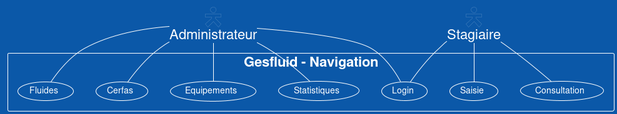
Earlier version of the PlantUML export _conception/navigation.png (teegre/gesfluid). Its diagram source:
```plantuml
@startuml
!theme amiga
skinparam actorStyle Hollow

actor Administrateur as A
actor Stagiaire as S

rectangle "Gesfluid - Navigation" {
  (Login) as L
  (Equipements) as E
  (Cerfas) as C
  (Fluides) as F
  (Statistiques) as ST
  (Saisie) as SA
  (Consultation) as CO
}

L -- A
A -- E
A -- C
A -- F
A -- ST
L -- S
S -- SA
S -- CO

@enduml
```
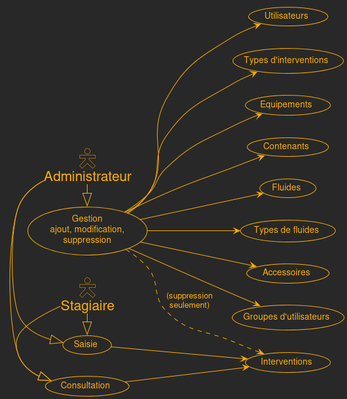
Later version of the same file.

The edit, as a diff of the source:
```diff
@@ -1,27 +1,40 @@
 @startuml
-!theme amiga
+
+!theme crt-amber
 skinparam actorStyle Hollow
+left to right direction
 
-actor Administrateur as A
-actor Stagiaire as S
+:Administrateur: as A
+:Stagiaire: as STA
 
-rectangle "Gesfluid - Navigation" {
-  (Login) as L
-  (Equipements) as E
-  (Cerfas) as C
-  (Fluides) as F
-  (Statistiques) as ST
-  (Saisie) as SA
-  (Consultation) as CO
-}
+(Interventions) as I
+(Types d'interventions) as TI
+(Equipements) as EQ
+(Contenants) as CO
+(Fluides) as F
+(Types de fluides) as TF
+(Accessoires) as AC
+(Groupes d'utilisateurs) as GU
+(Utilisateurs) as U
+(Gestion\najout, modification,\nsuppression) as G
+(Consultation) as C
+(Saisie) as S
 
-L -- A
-A -- E
-A -- C
-A -- F
-A -- ST
-L -- S
-S -- SA
-S -- CO
+A -|> G
+A -|> C
+A -|> S
+STA -|> C
+STA -|> S
+G ..> I: (suppression\nseulement)
+C --> I
+S --> I
+G --> TI
+G --> EQ
+G --> CO
+G --> F
+G --> TF
+G --> AC
+G --> GU
+G --> U
 
 @enduml
```
